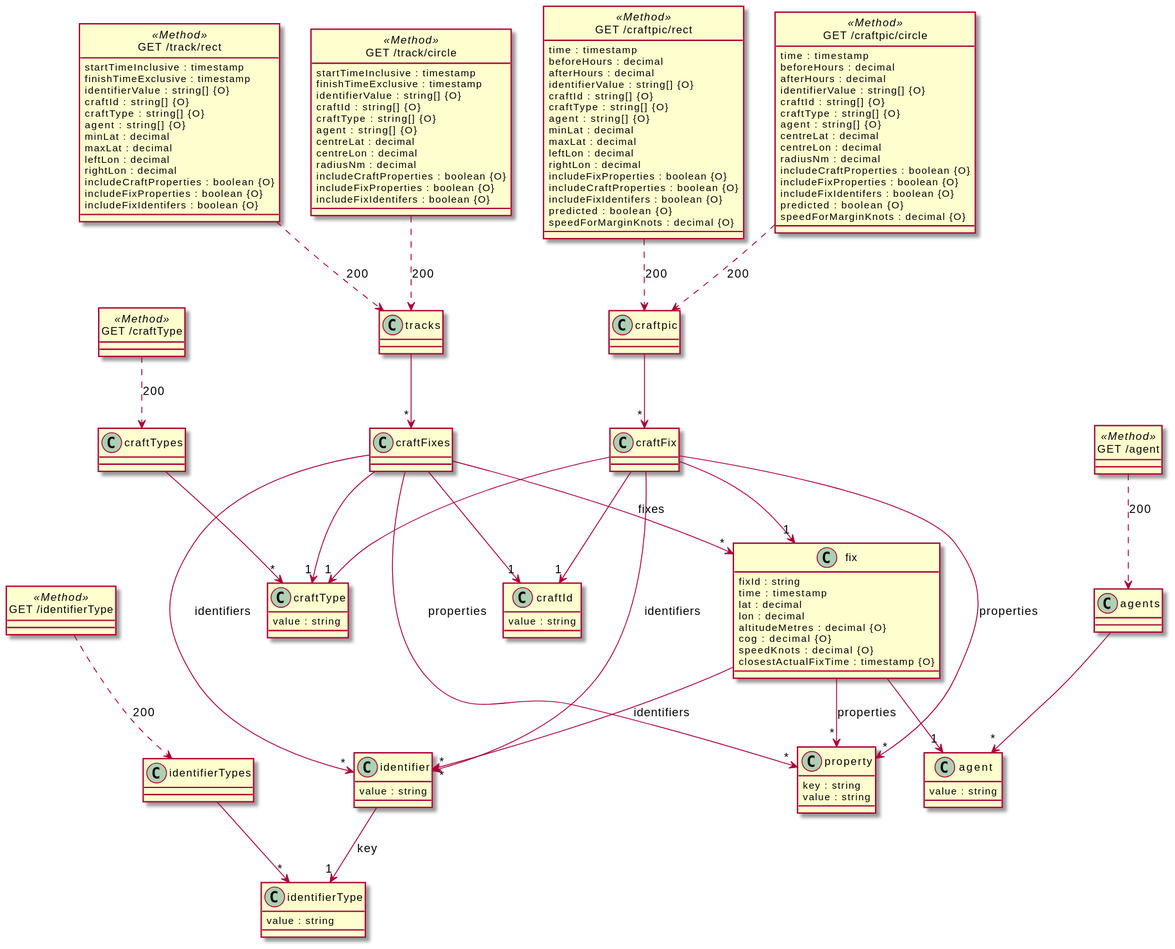
davidmoten/openapi-to-plantuml keeps this PlantUML diagram as src/docs/openapi-example.svg. Above is the earlier version.
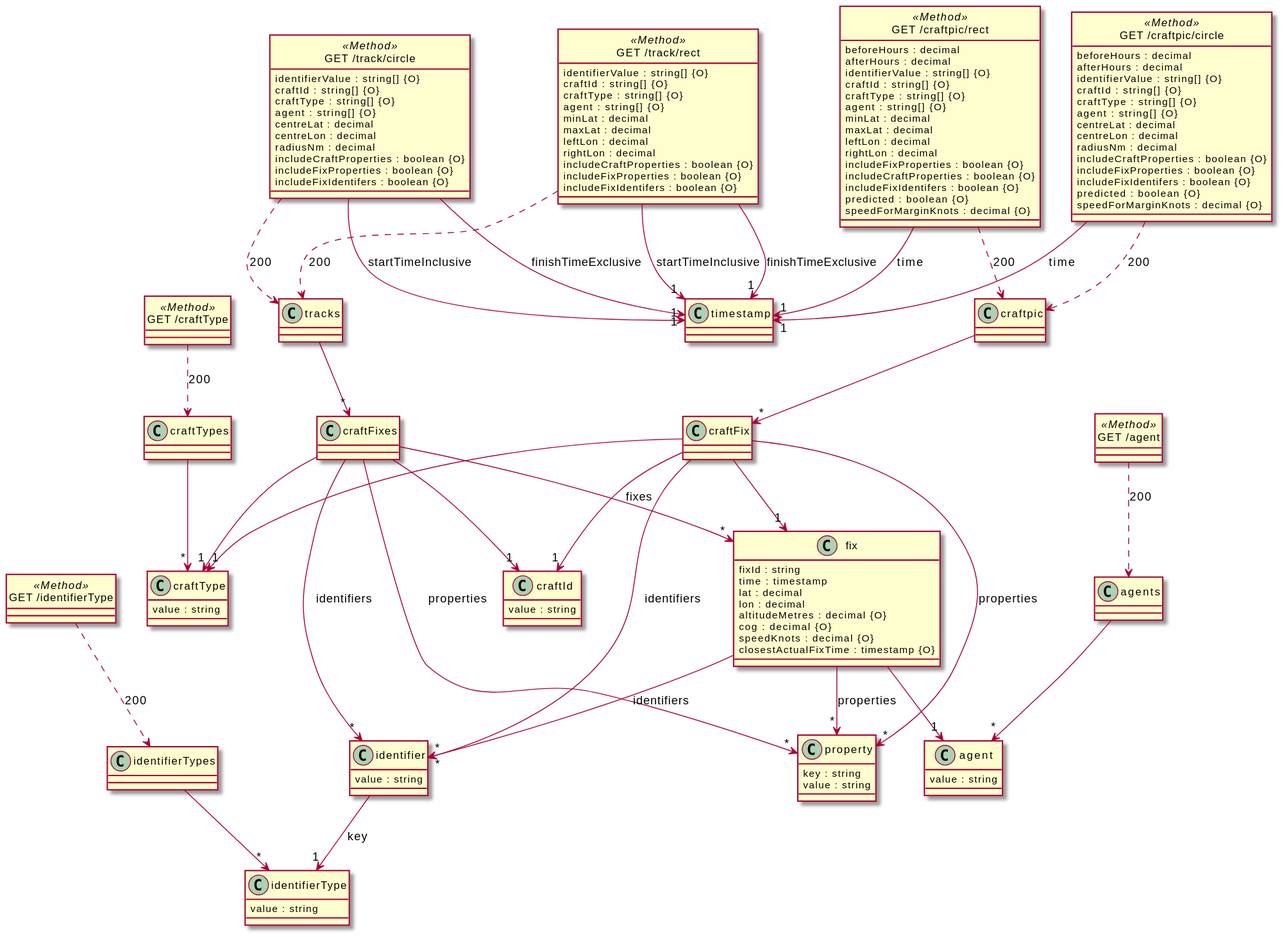
The same file after the commit.

Diff of the diagram source:
```diff
@@ -112,8 +112,6 @@
 "GET /identifierType" ..> "identifierTypes": 200
 
 class "GET /track/rect" <<Method>> {
-  startTimeInclusive : timestamp
-  finishTimeExclusive : timestamp
   identifierValue : string[] {O}
   craftId : string[] {O}
   craftType : string[] {O}
@@ -129,9 +127,11 @@
 
 "GET /track/rect" ..> "tracks": 200
 
+"GET /track/rect" --> "1""timestamp" : "startTimeInclusive"
+
+"GET /track/rect" --> "1""timestamp" : "finishTimeExclusive"
+
 class "GET /track/circle" <<Method>> {
-  startTimeInclusive : timestamp
-  finishTimeExclusive : timestamp
   identifierValue : string[] {O}
   craftId : string[] {O}
   craftType : string[] {O}
@@ -146,8 +146,11 @@
 
 "GET /track/circle" ..> "tracks": 200
 
+"GET /track/circle" --> "1""timestamp" : "startTimeInclusive"
+
+"GET /track/circle" --> "1""timestamp" : "finishTimeExclusive"
+
 class "GET /craftpic/rect" <<Method>> {
-  time : timestamp
   beforeHours : decimal
   afterHours : decimal
   identifierValue : string[] {O}
@@ -167,8 +170,9 @@
 
 "GET /craftpic/rect" ..> "craftpic": 200
 
+"GET /craftpic/rect" --> "1""timestamp" : "time"
+
 class "GET /craftpic/circle" <<Method>> {
-  time : timestamp
   beforeHours : decimal
   afterHours : decimal
   identifierValue : string[] {O}
@@ -187,4 +191,6 @@
 
 "GET /craftpic/circle" ..> "craftpic": 200
 
+"GET /craftpic/circle" --> "1""timestamp" : "time"
+
 @enduml
```
